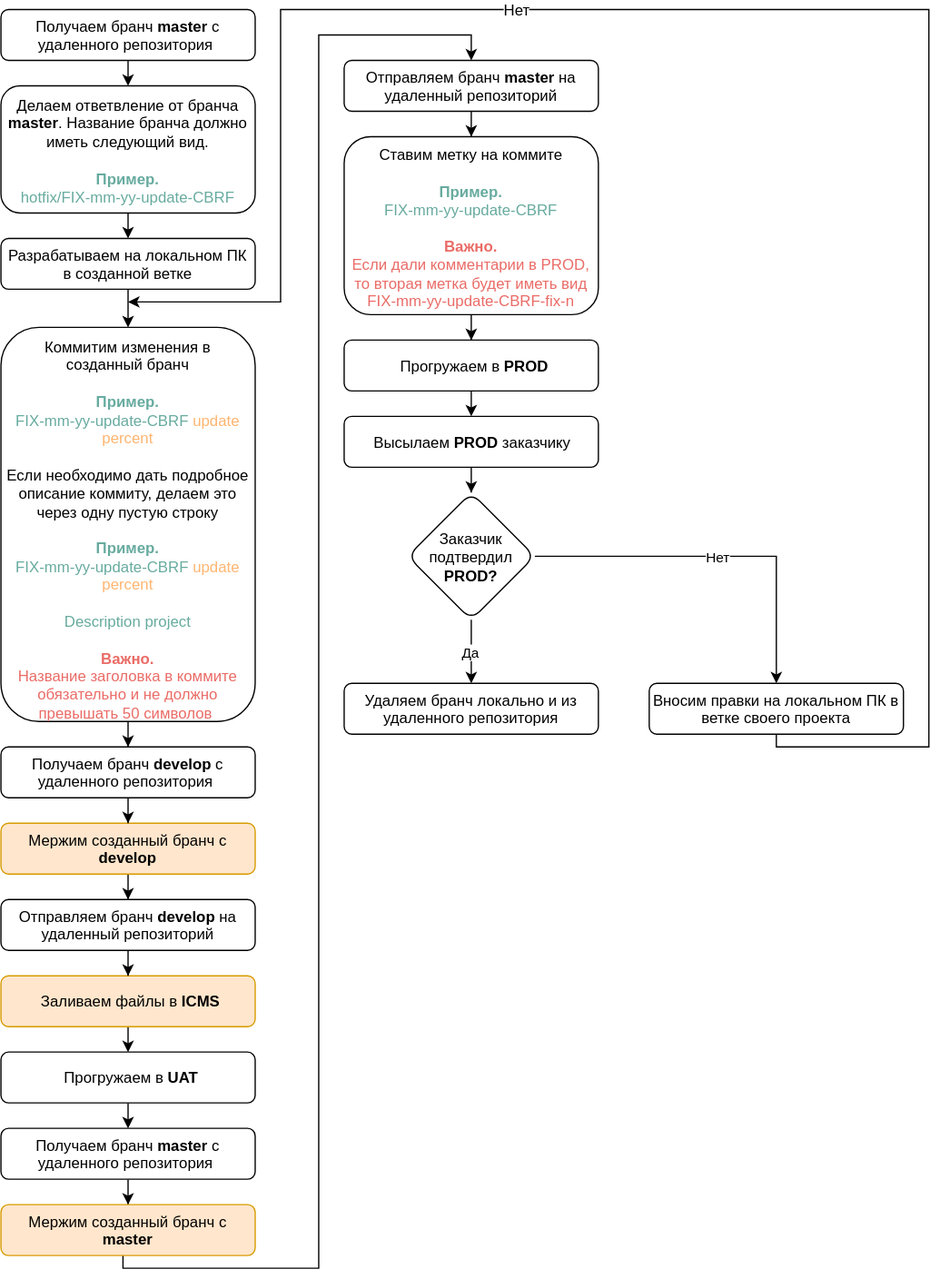
The draw.io diagram GIT roadmap hotfix.svg in biryukovkolya/upload-files, before a commit. Source tidied: cells renumbered, new cells last; positions are measured from the earlier drawing's top-left corner, leaving out a move shared by most shapes.
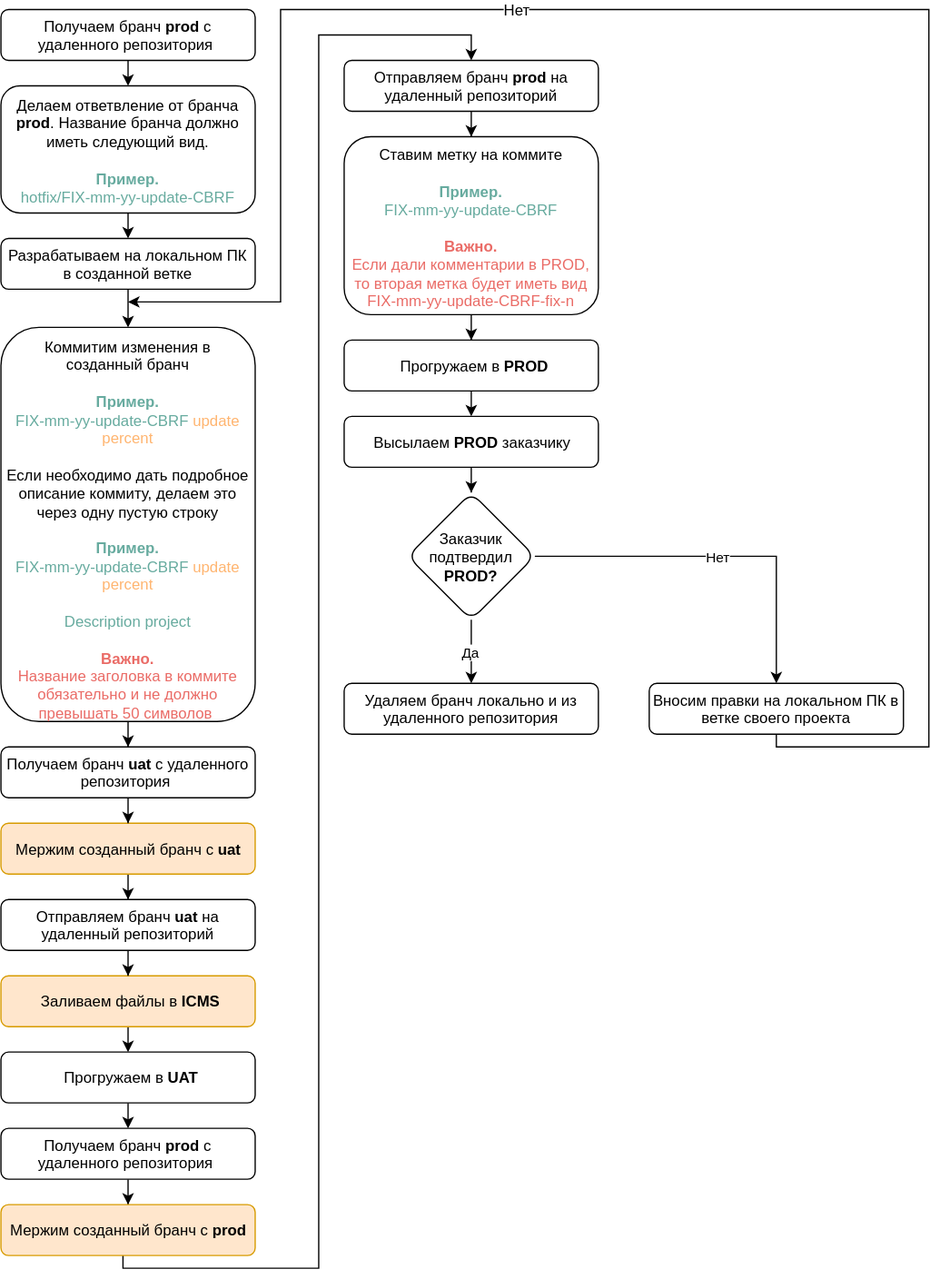
Above is the later version.

Change to the diagram source:
```diff
@@ -5,7 +5,7 @@
     <mxCell id="2" style="edgeStyle=orthogonalEdgeStyle;rounded=0;html=1;exitX=0.5;exitY=1;entryX=0.5;entryY=0;jettySize=auto;" parent="1" edge="1" source="3" target="11">
       <mxGeometry relative="1" as="geometry" />
     </mxCell>
-    <mxCell id="3" value="Получаем бранч&amp;nbsp;&lt;b&gt;master&lt;/b&gt; c удаленного репозитория&amp;nbsp;&lt;b&gt;&lt;font color=&quot;#67ab9f&quot;&gt;&lt;br&gt;&lt;/font&gt;&lt;/b&gt;" style="rounded=1;whiteSpace=wrap;html=1;spacingRight=0;spacingLeft=0;spacing=3;" parent="1" vertex="1">
+    <mxCell id="3" value="Получаем бранч&amp;nbsp;&lt;b&gt;prod&lt;/b&gt;&amp;nbsp;c удаленного репозитория&amp;nbsp;&lt;b&gt;&lt;font color=&quot;#67ab9f&quot;&gt;&lt;br&gt;&lt;/font&gt;&lt;/b&gt;" style="rounded=1;whiteSpace=wrap;html=1;spacingRight=0;spacingLeft=0;spacing=3;" parent="1" vertex="1">
       <mxGeometry width="200" height="40" as="geometry" />
     </mxCell>
     <mxCell id="4" style="edgeStyle=orthogonalEdgeStyle;rounded=0;comic=0;html=1;exitX=0.5;exitY=1;entryX=0.5;entryY=0;jettySize=auto;" parent="1" edge="1" source="5" target="7">
@@ -23,19 +23,19 @@
     <mxCell id="8" style="edgeStyle=orthogonalEdgeStyle;rounded=0;html=1;exitX=0.5;exitY=1;jettySize=auto;" parent="1" edge="1" source="9" target="31">
       <mxGeometry relative="1" as="geometry" />
     </mxCell>
-    <mxCell id="9" value="Мержим созданный бранч с &lt;b&gt;develop&lt;/b&gt;" style="rounded=1;whiteSpace=wrap;html=1;spacing=3;fillColor=#ffe6cc;strokeColor=#d79b00;glass=0;" parent="1" vertex="1">
+    <mxCell id="9" value="Мержим созданный бранч с &lt;b&gt;uat&lt;/b&gt;" style="rounded=1;whiteSpace=wrap;html=1;spacing=3;fillColor=#ffe6cc;strokeColor=#d79b00;glass=0;" parent="1" vertex="1">
       <mxGeometry y="640" width="200" height="40" as="geometry" />
     </mxCell>
     <mxCell id="10" style="edgeStyle=orthogonalEdgeStyle;rounded=0;html=1;exitX=0.5;exitY=1;entryX=0.5;entryY=0;jettySize=auto;" parent="1" edge="1" source="11" target="5">
       <mxGeometry relative="1" as="geometry" />
     </mxCell>
-    <mxCell id="11" value="Делаем ответвление от бранча &lt;b&gt;master&lt;/b&gt;. Название бранча должно иметь следующий вид.&lt;br&gt;&lt;font color=&quot;#67ab9f&quot;&gt;&lt;br&gt;&lt;b&gt;Пример.&lt;/b&gt;&lt;br&gt;hotfix/FIX-mm-yy-update-CBRF&lt;/font&gt;&lt;b&gt;&lt;font color=&quot;#67ab9f&quot;&gt;&lt;br&gt;&lt;/font&gt;&lt;/b&gt;" style="rounded=1;whiteSpace=wrap;html=1;spacingRight=0;spacingLeft=0;spacing=3;" parent="1" vertex="1">
+    <mxCell id="11" value="Делаем ответвление от бранча &lt;b&gt;prod&lt;/b&gt;. Название бранча должно иметь следующий вид.&lt;br&gt;&lt;font color=&quot;#67ab9f&quot;&gt;&lt;br&gt;&lt;b&gt;Пример.&lt;/b&gt;&lt;br&gt;hotfix/FIX-mm-yy-update-CBRF&lt;/font&gt;&lt;b&gt;&lt;font color=&quot;#67ab9f&quot;&gt;&lt;br&gt;&lt;/font&gt;&lt;/b&gt;" style="rounded=1;whiteSpace=wrap;html=1;spacingRight=0;spacingLeft=0;spacing=3;" parent="1" vertex="1">
       <mxGeometry y="60" width="200" height="100" as="geometry" />
     </mxCell>
     <mxCell id="12" style="edgeStyle=orthogonalEdgeStyle;rounded=0;html=1;exitX=0.5;exitY=1;jettySize=auto;" parent="1" edge="1" source="13" target="9">
       <mxGeometry relative="1" as="geometry" />
     </mxCell>
-    <mxCell id="13" value="Получаем бранч&amp;nbsp;&lt;b&gt;develop&lt;/b&gt; c удаленного репозитория&amp;nbsp;&lt;b&gt;&lt;font color=&quot;#67ab9f&quot;&gt;&lt;br&gt;&lt;/font&gt;&lt;/b&gt;" style="rounded=1;whiteSpace=wrap;html=1;spacingRight=0;spacingLeft=0;spacing=3;" parent="1" vertex="1">
+    <mxCell id="13" value="Получаем бранч&amp;nbsp;&lt;b&gt;uat&lt;/b&gt; c удаленного репозитория&amp;nbsp;&lt;b&gt;&lt;font color=&quot;#67ab9f&quot;&gt;&lt;br&gt;&lt;/font&gt;&lt;/b&gt;" style="rounded=1;whiteSpace=wrap;html=1;spacingRight=0;spacingLeft=0;spacing=3;" parent="1" vertex="1">
       <mxGeometry y="580" width="200" height="40" as="geometry" />
     </mxCell>
     <mxCell id="14" style="edgeStyle=orthogonalEdgeStyle;rounded=0;html=1;exitX=0.5;exitY=1;entryX=0.5;entryY=0;jettySize=auto;" parent="1" edge="1" source="15" target="17">
@@ -53,7 +53,7 @@
     <mxCell id="18" style="edgeStyle=orthogonalEdgeStyle;rounded=0;comic=0;html=1;exitX=0.5;exitY=1;jettySize=auto;" parent="1" edge="1" source="19" target="21">
       <mxGeometry relative="1" as="geometry" />
     </mxCell>
-    <mxCell id="19" value="Получаем бранч&amp;nbsp;&lt;b&gt;master&lt;/b&gt; c удаленного репозитория&amp;nbsp;&lt;b&gt;&lt;font color=&quot;#67ab9f&quot;&gt;&lt;br&gt;&lt;/font&gt;&lt;/b&gt;" style="rounded=1;whiteSpace=wrap;html=1;spacingRight=0;spacingLeft=0;spacing=3;" parent="1" vertex="1">
+    <mxCell id="19" value="Получаем бранч&amp;nbsp;&lt;b&gt;prod&lt;/b&gt; c удаленного репозитория&amp;nbsp;&lt;b&gt;&lt;font color=&quot;#67ab9f&quot;&gt;&lt;br&gt;&lt;/font&gt;&lt;/b&gt;" style="rounded=1;whiteSpace=wrap;html=1;spacingRight=0;spacingLeft=0;spacing=3;" parent="1" vertex="1">
       <mxGeometry y="880" width="200" height="40" as="geometry" />
     </mxCell>
     <mxCell id="20" style="edgeStyle=orthogonalEdgeStyle;rounded=0;comic=0;html=1;exitX=0.5;exitY=1;entryX=0.5;entryY=0;jettySize=auto;" parent="1" edge="1" source="21" target="33">
@@ -68,7 +68,7 @@
         </Array>
       </mxGeometry>
     </mxCell>
-    <mxCell id="21" value="Мержим созданный бранч с &lt;b&gt;master&lt;/b&gt;" style="rounded=1;whiteSpace=wrap;html=1;spacing=3;fillColor=#ffe6cc;strokeColor=#d79b00;" parent="1" vertex="1">
+    <mxCell id="21" value="Мержим созданный бранч с &lt;b&gt;prod&lt;/b&gt;" style="rounded=1;whiteSpace=wrap;html=1;spacing=3;fillColor=#ffe6cc;strokeColor=#d79b00;" parent="1" vertex="1">
       <mxGeometry y="940" width="200" height="40" as="geometry" />
     </mxCell>
     <mxCell id="22" style="edgeStyle=orthogonalEdgeStyle;rounded=0;html=1;exitX=0.5;exitY=1;entryX=0.5;entryY=0;jettySize=auto;" parent="1" edge="1" source="23" target="25">
@@ -98,13 +98,13 @@
     <mxCell id="30" style="edgeStyle=orthogonalEdgeStyle;rounded=0;html=1;exitX=0.5;exitY=1;jettySize=auto;" parent="1" edge="1" source="31" target="15">
       <mxGeometry relative="1" as="geometry" />
     </mxCell>
-    <mxCell id="31" value="Отправляем бранч&amp;nbsp;&lt;b&gt;develop&lt;/b&gt;&amp;nbsp;на удаленный репозиторий&lt;b&gt;&lt;font color=&quot;#67ab9f&quot;&gt;&lt;br&gt;&lt;/font&gt;&lt;/b&gt;" style="rounded=1;whiteSpace=wrap;html=1;spacingRight=0;spacingLeft=0;spacing=3;" parent="1" vertex="1">
+    <mxCell id="31" value="Отправляем бранч&amp;nbsp;&lt;b&gt;uat&lt;/b&gt;&amp;nbsp;на удаленный репозиторий&lt;b&gt;&lt;font color=&quot;#67ab9f&quot;&gt;&lt;br&gt;&lt;/font&gt;&lt;/b&gt;" style="rounded=1;whiteSpace=wrap;html=1;spacingRight=0;spacingLeft=0;spacing=3;" parent="1" vertex="1">
       <mxGeometry y="700" width="200" height="40" as="geometry" />
     </mxCell>
     <mxCell id="32" style="edgeStyle=orthogonalEdgeStyle;rounded=0;comic=0;html=1;exitX=0.5;exitY=1;jettySize=auto;" parent="1" edge="1" source="33" target="38">
       <mxGeometry relative="1" as="geometry" />
     </mxCell>
-    <mxCell id="33" value="Отправляем бранч &lt;b&gt;master&lt;/b&gt;&amp;nbsp;на удаленный репозиторий&lt;br&gt;" style="rounded=1;whiteSpace=wrap;html=1;spacing=3;" parent="1" vertex="1">
+    <mxCell id="33" value="Отправляем бранч &lt;b&gt;prod&lt;/b&gt;&amp;nbsp;на удаленный репозиторий&lt;br&gt;" style="rounded=1;whiteSpace=wrap;html=1;spacing=3;" parent="1" vertex="1">
       <mxGeometry x="270" y="40" width="200" height="40" as="geometry" />
     </mxCell>
     <mxCell id="34" style="edgeStyle=orthogonalEdgeStyle;rounded=0;comic=0;html=1;exitX=0.5;exitY=1;jettySize=auto;" parent="1" edge="1" source="36">
```
